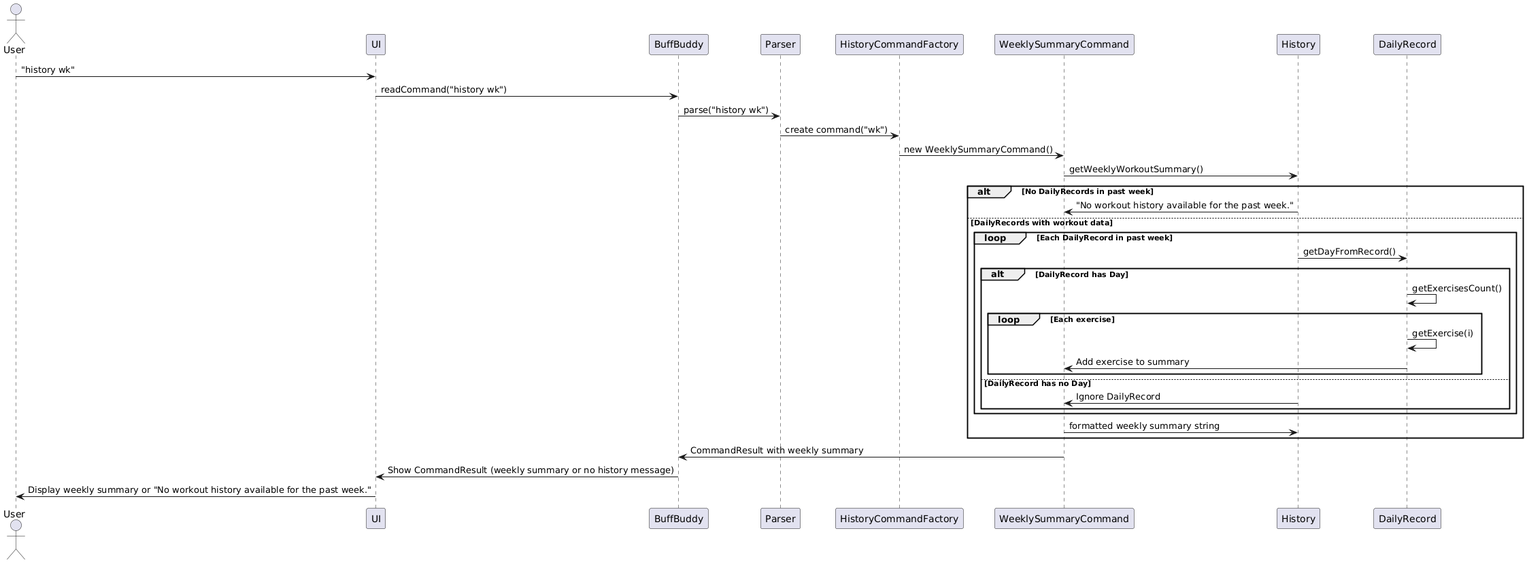
Earlier version of the PlantUML export docs/images/weeklysummarySequenceDiagram.png (nus-cs2113-AY2425S1/tp).
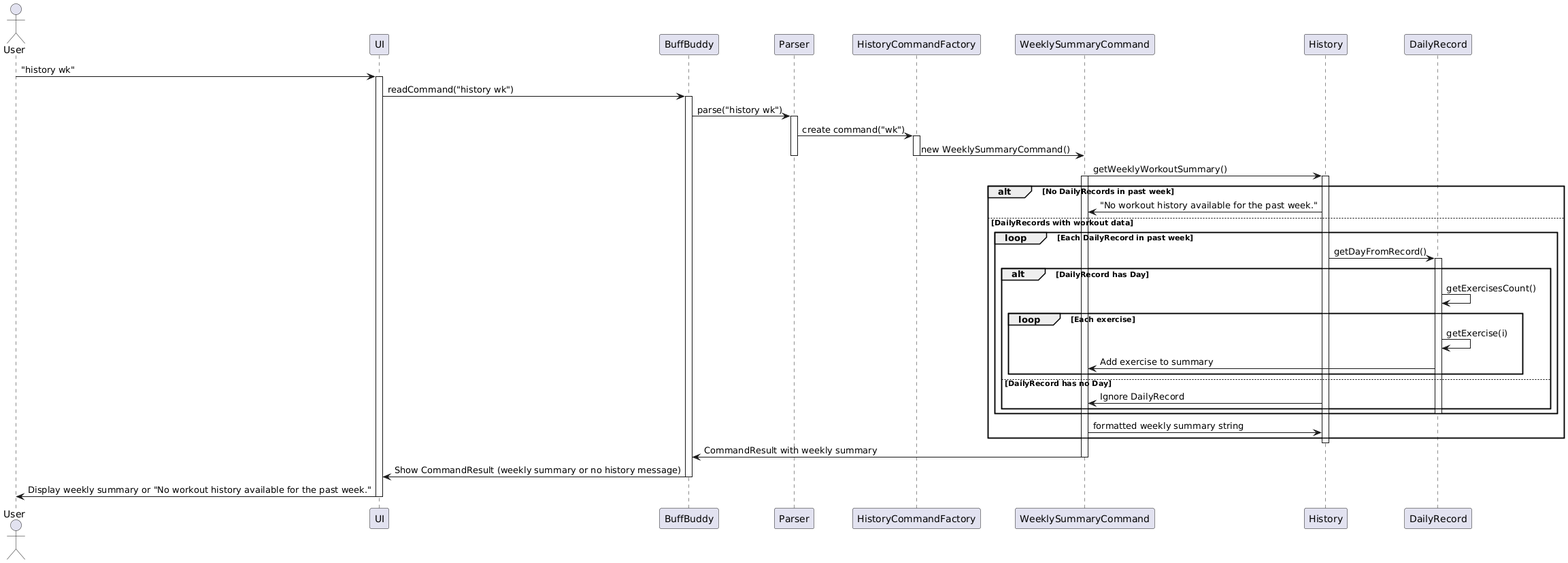
Later version of the same file.

Commit message:
add activation bars to seq diagram

What changed in the source:
```diff
@@ -9,18 +9,27 @@
 participant DailyRecord
 
 User -> UI: "history wk"
+activate UI
 UI -> BuffBuddy: readCommand("history wk")
+activate BuffBuddy
 BuffBuddy -> Parser: parse("history wk")
+activate Parser
 Parser -> HistoryCommandFactory: create command("wk")
+activate HistoryCommandFactory
 HistoryCommandFactory -> WeeklySummaryCommand: new WeeklySummaryCommand()
+deactivate HistoryCommandFactory
+deactivate Parser
 
 WeeklySummaryCommand -> History: getWeeklyWorkoutSummary()
+activate WeeklySummaryCommand
+activate History
 
 alt No DailyRecords in past week
     History -> WeeklySummaryCommand: "No workout history available for the past week."
 else DailyRecords with workout data
     loop Each DailyRecord in past week
         History -> DailyRecord: getDayFromRecord()
+        activate DailyRecord
         alt DailyRecord has Day
             DailyRecord -> DailyRecord: getExercisesCount()
             loop Each exercise
@@ -30,11 +39,16 @@
         else DailyRecord has no Day
             History -> WeeklySummaryCommand: Ignore DailyRecord
         end
+        deactivate DailyRecord
     end
     WeeklySummaryCommand -> History: formatted weekly summary string
 end
+deactivate History
 
 WeeklySummaryCommand -> BuffBuddy: CommandResult with weekly summary
+deactivate WeeklySummaryCommand
 BuffBuddy -> UI: Show CommandResult (weekly summary or no history message)
+deactivate BuffBuddy
 UI -> User: Display weekly summary or "No workout history available for the past week."
+deactivate UI
 @enduml
```
